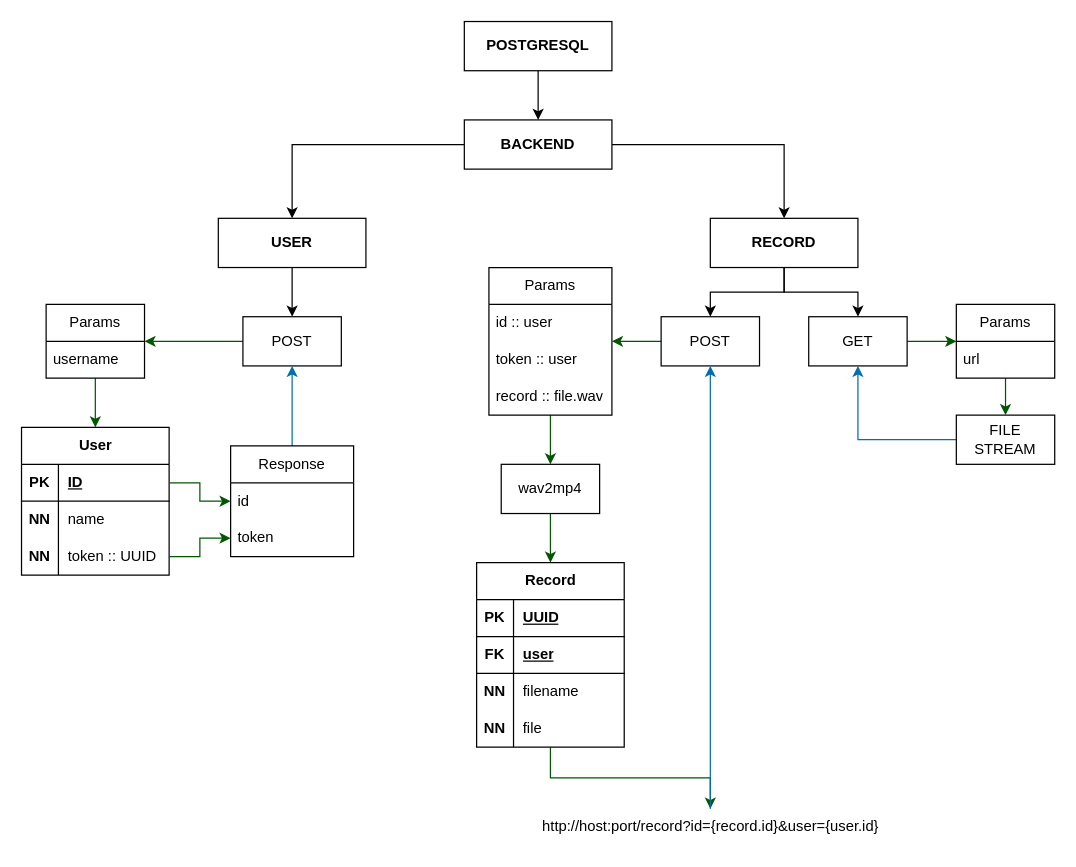
This is WebDevelopment/staff-prof.ru/data/Diagram.drawio from ames0k0/TestWork, a draw.io file, before an edit. Source tidied: cells renumbered, new cells numbered last; positions are measured from the earlier drawing's top-left corner, leaving out a move shared by most shapes. Both pictures are drawn from the tidied source at 123%, with x=0, y=0 at pixel (21, 21).
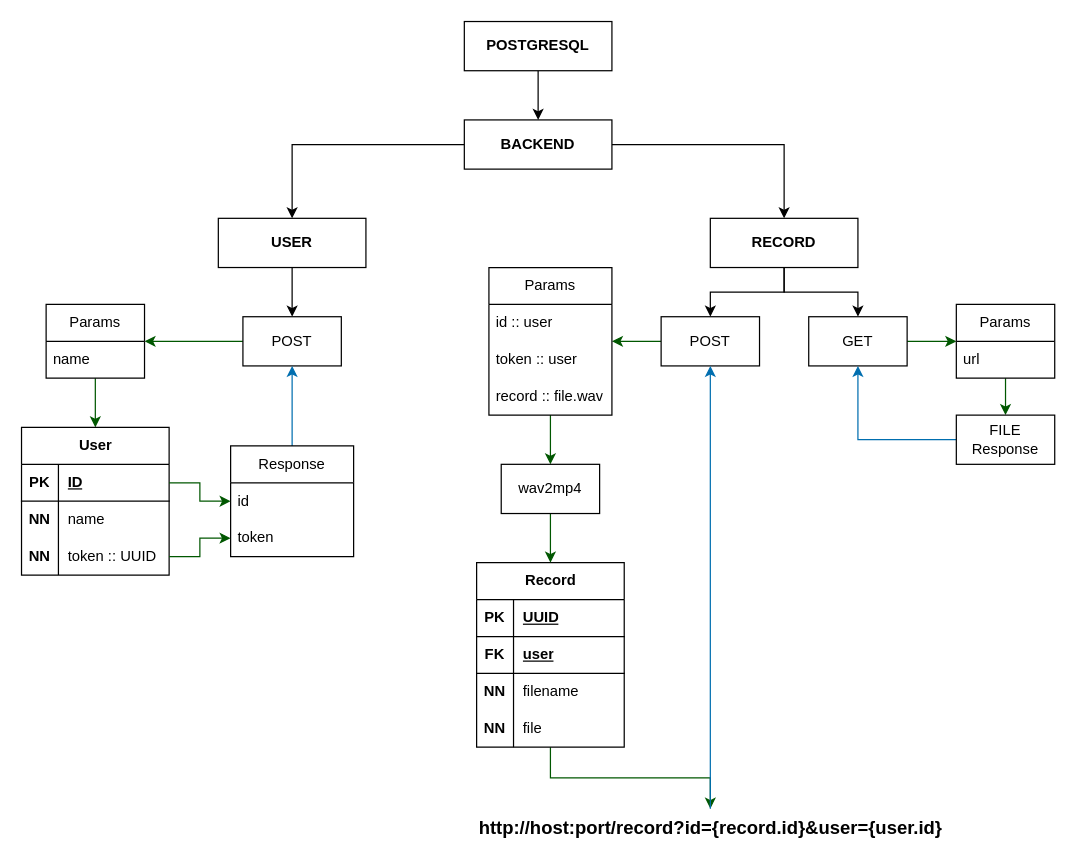
After the change.

Unchanged cells that the change refers to:
```xml
<mxCell id="13" value="Params" style="swimlane;fontStyle=0;horizontal=1;startSize=30;whiteSpace=wrap;html=1;" parent="1" vertex="1">
  <mxGeometry x="20" y="230" width="80" height="60" as="geometry" />
</mxCell>
```

Change to the diagram source:
```diff
@@
-    <mxCell id="14" value="username" style="text;strokeColor=none;fillColor=none;align=left;verticalAlign=middle;spacingLeft=4;spacingRight=4;overflow=hidden;whiteSpace=wrap;html=1;" parent="13" vertex="1">
+    <mxCell id="14" value="name" style="text;strokeColor=none;fillColor=none;align=left;verticalAlign=middle;spacingLeft=4;spacingRight=4;overflow=hidden;whiteSpace=wrap;html=1;" parent="13" vertex="1">
       <mxGeometry y="30" width="80" height="30" as="geometry" />
     </mxCell>
@@
-    <mxCell id="55" value="http://host:port/record?id={record.id}&amp;amp;user={user.id}" style="text;html=1;align=center;verticalAlign=middle;points=[];strokeColor=none;fillColor=none;" parent="1" vertex="1">
-      <mxGeometry x="410" y="640" width="300" height="30" as="geometry" />
+    <mxCell id="55" value="&lt;b&gt;&lt;font style=&quot;font-size: 15px;&quot;&gt;http://host:port/record?id={record.id}&amp;amp;user={user.id}&lt;/font&gt;&lt;/b&gt;" style="text;html=1;align=center;verticalAlign=middle;points=[];strokeColor=none;fillColor=none;" parent="1" vertex="1">
+      <mxGeometry x="360" y="640" width="400" height="30" as="geometry" />
     </mxCell>
@@
-    <mxCell id="62" value="FILE&lt;div&gt;&lt;span style=&quot;background-color: transparent; color: light-dark(rgb(0, 0, 0), rgb(255, 255, 255));&quot;&gt;STREAM&lt;/span&gt;&lt;/div&gt;" style="whiteSpace=wrap;html=1;fontStyle=0;startSize=30;" parent="1" vertex="1">
+    <mxCell id="62" value="FILE&lt;div&gt;&lt;span style=&quot;background-color: transparent; color: light-dark(rgb(0, 0, 0), rgb(255, 255, 255));&quot;&gt;Response&lt;/span&gt;&lt;/div&gt;" style="whiteSpace=wrap;html=1;fontStyle=0;startSize=30;" parent="1" vertex="1">
       <mxGeometry x="760" y="320" width="80" height="40" as="geometry" />
     </mxCell>
```
